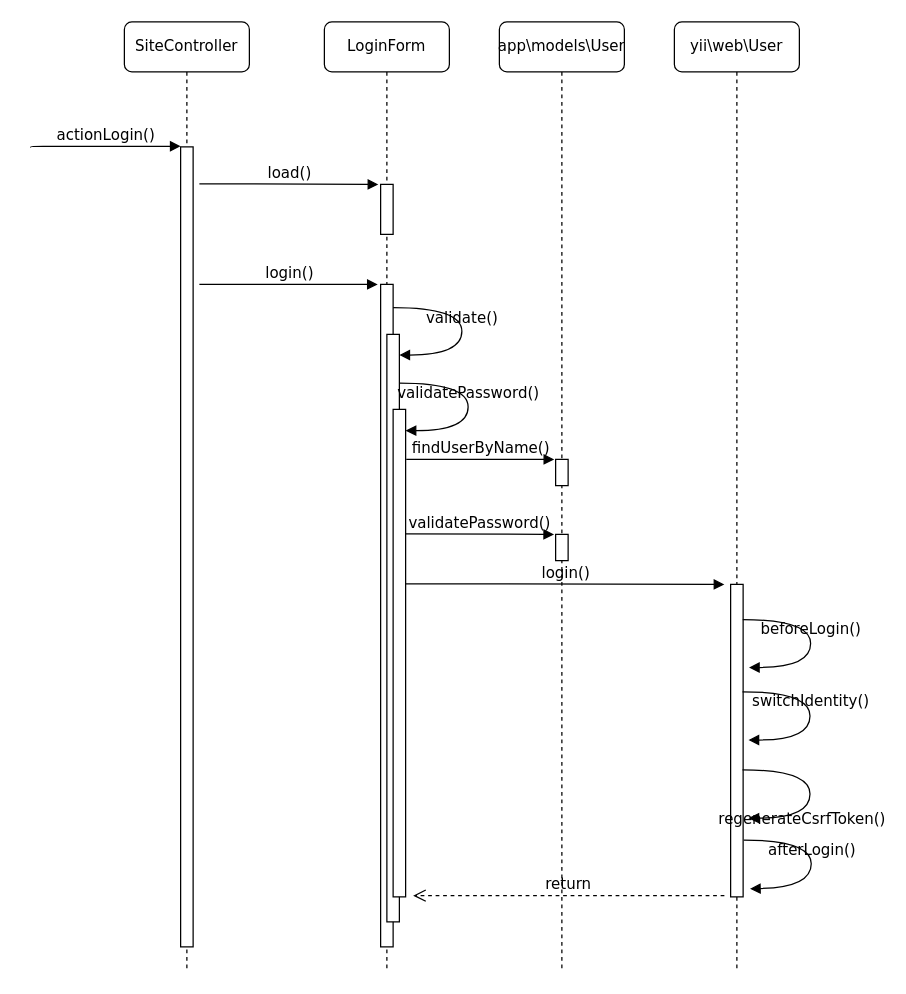
Above: page "LoginSequence" (2 of 5) of docs/07.Login/material/Login.drawio in umbalaconmeogia/training-development-skill-for-brse-2 (draw.io), before the change. Source tidied: cells renumbered, new cells numbered last; positions are measured from the earlier drawing's top-left corner, leaving out a move shared by most shapes. Both pictures are drawn from the tidied source at 125%, with x=0, y=0 at pixel (30, 21).
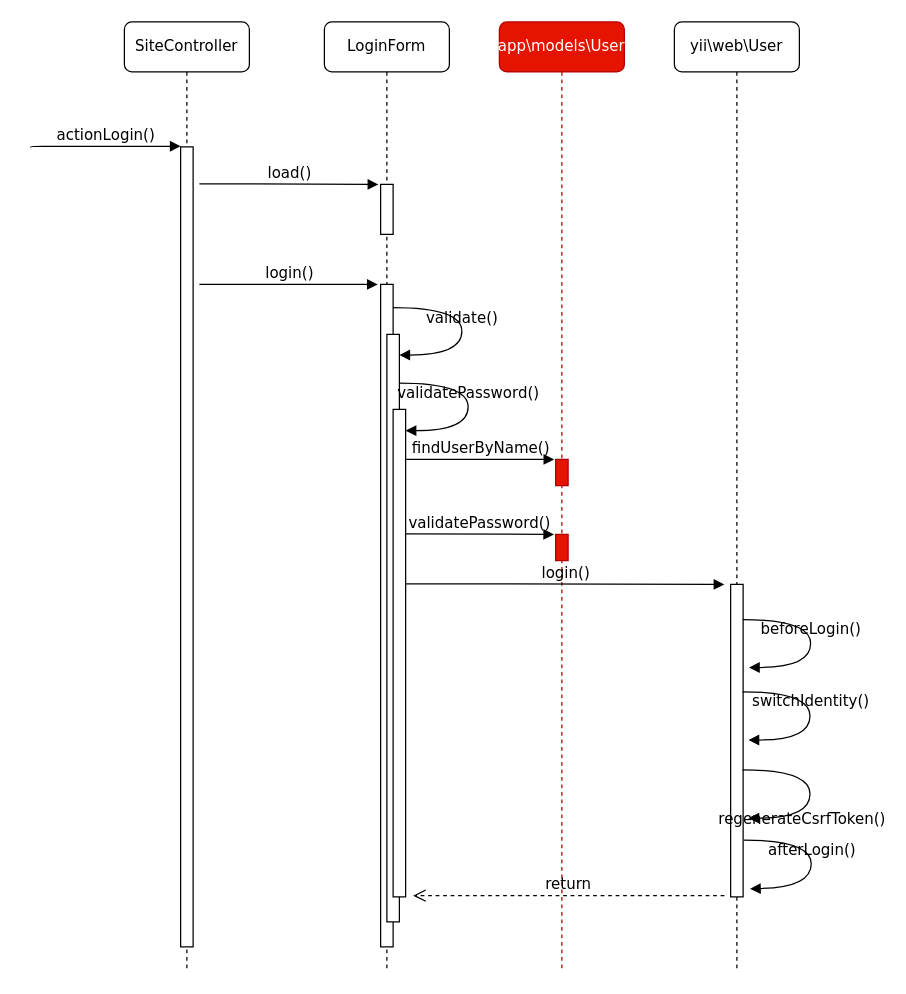
After the change.

Diff of the diagram source:
```diff
@@
-    <mxCell id="9" value="app\models\User" style="shape=umlLifeline;perimeter=lifelinePerimeter;whiteSpace=wrap;html=1;rounded=1;shadow=0;comic=0;labelBackgroundColor=none;strokeWidth=1;fontFamily=Verdana;fontSize=12;align=center;" parent="1" vertex="1">
+    <mxCell id="9" value="app\models\User" style="shape=umlLifeline;perimeter=lifelinePerimeter;whiteSpace=wrap;html=1;rounded=1;shadow=0;comic=0;labelBackgroundColor=none;strokeWidth=1;fontFamily=Verdana;fontSize=12;align=center;fillColor=#e51400;strokeColor=#B20000;fontColor=#ffffff;" parent="1" vertex="1">
       <mxGeometry x="375" width="100" height="760" as="geometry" />
     </mxCell>
-    <mxCell id="10" style="html=1;points=[];perimeter=orthogonalPerimeter;rounded=0;shadow=0;comic=0;labelBackgroundColor=none;strokeWidth=1;fontFamily=Verdana;fontSize=12;align=center;" parent="9" vertex="1">
+    <mxCell id="10" style="html=1;points=[];perimeter=orthogonalPerimeter;rounded=0;shadow=0;comic=0;labelBackgroundColor=none;strokeWidth=1;fontFamily=Verdana;fontSize=12;align=center;fillColor=#e51400;strokeColor=#B20000;fontColor=#ffffff;" parent="9" vertex="1">
       <mxGeometry x="45" y="350" width="10" height="21" as="geometry" />
     </mxCell>
-    <mxCell id="11" style="html=1;points=[];perimeter=orthogonalPerimeter;rounded=0;shadow=0;comic=0;labelBackgroundColor=none;strokeWidth=1;fontFamily=Verdana;fontSize=12;align=center;" parent="9" vertex="1">
+    <mxCell id="11" style="html=1;points=[];perimeter=orthogonalPerimeter;rounded=0;shadow=0;comic=0;labelBackgroundColor=none;strokeWidth=1;fontFamily=Verdana;fontSize=12;align=center;fillColor=#e51400;strokeColor=#B20000;fontColor=#ffffff;" parent="9" vertex="1">
       <mxGeometry x="45" y="410" width="10" height="21" as="geometry" />
     </mxCell>
```
